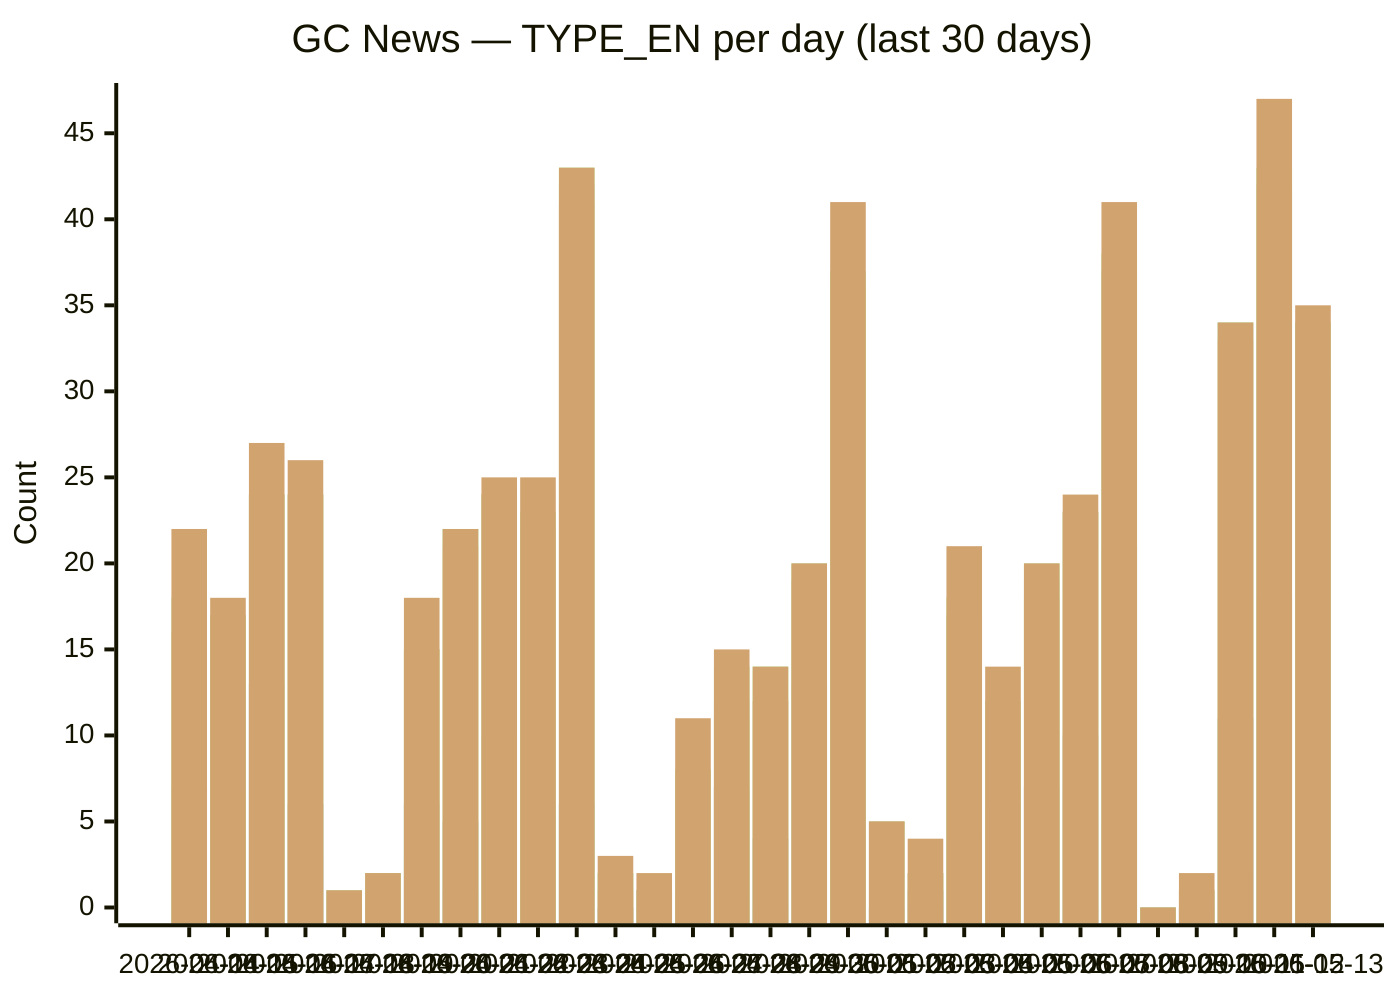
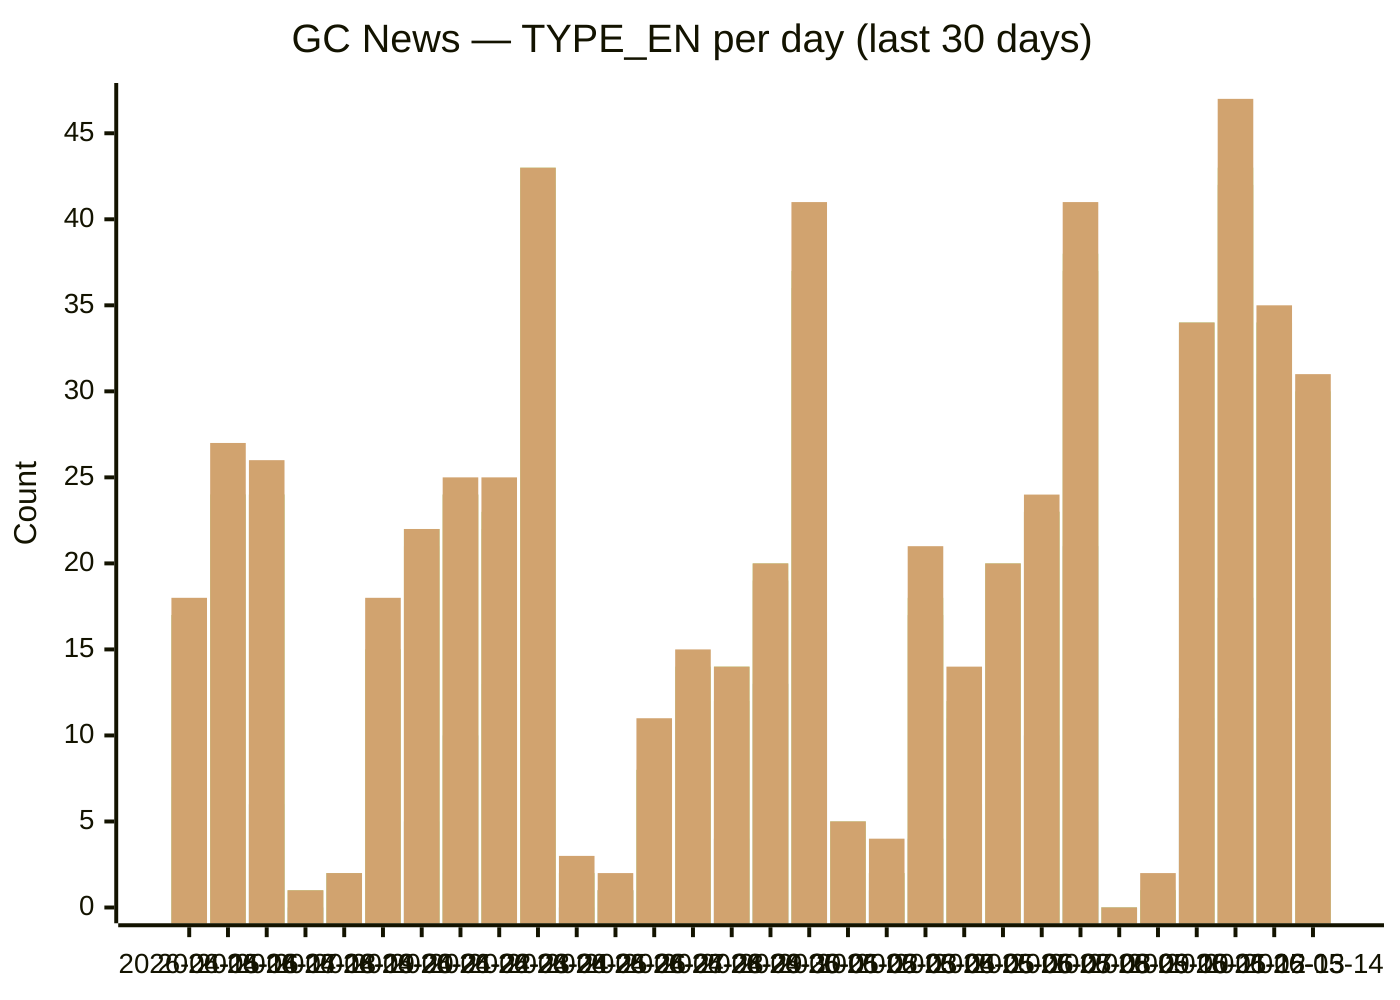
xychart-beta
  title "GC News — TYPE_EN per day (last 30 days)"
-   x-axis [2026-04-14, 2026-04-15, 2026-04-16, 2026-04-17, 2026-04-18, 2026-04-19, 2026-04-20, 2026-04-21, 2026-04-22, 2026-04-23, 2026-04-24, 2026-04-25, 2026-04-26, 2026-04-27, 2026-04-28, 2026-04-29, 2026-04-30, 2026-05-01, 2026-05-02, 2026-05-03, 2026-05-04, 2026-05-05, 2026-05-06, 2026-05-07, 2026-05-08, 2026-05-09, 2026-05-10, 2026-05-11, 2026-05-12, 2026-05-13]
+   x-axis [2026-04-15, 2026-04-16, 2026-04-17, 2026-04-18, 2026-04-19, 2026-04-20, 2026-04-21, 2026-04-22, 2026-04-23, 2026-04-24, 2026-04-25, 2026-04-26, 2026-04-27, 2026-04-28, 2026-04-29, 2026-04-30, 2026-05-01, 2026-05-02, 2026-05-03, 2026-05-04, 2026-05-05, 2026-05-06, 2026-05-07, 2026-05-08, 2026-05-09, 2026-05-10, 2026-05-11, 2026-05-12, 2026-05-13, 2026-05-14]
  y-axis "Count" 0 --> 47
-   bar backgrounders [2, 1, 0, 3, 0, 0, 3, 1, 2, 1, 5, 0, 0, 1, 1, 0, 1, 1, 0, 0, 2, 1, 2, 0, 5, 0, 0, 2, 6, 2]
-   bar "media advisories" [7, 7, 13, 6, 0, 2, 6, 5, 10, 13, 6, 0, 1, 1, 7, 4, 13, 16, 0, 1, 4, 6, 7, 10, 21, 0, 0, 11, 18, 12]
-   bar "news releases" [16, 17, 24, 24, 1, 2, 15, 21, 24, 22, 41, 1, 1, 8, 11, 12, 19, 36, 5, 2, 17, 10, 18, 23, 37, 0, 1, 33, 42, 31]
-   bar readouts [16, 17, 24, 24, 1, 2, 15, 22, 24, 22, 42, 2, 1, 8, 12, 12, 19, 36, 5, 2, 17, 11, 19, 23, 37, 0, 1, 34, 42, 34]
-   bar speeches [18, 17, 24, 24, 1, 2, 15, 22, 24, 23, 43, 2, 1, 8, 14, 14, 20, 37, 5, 2, 18, 12, 20, 23, 38, 0, 1, 34, 43, 34]
-   bar statements [22, 18, 27, 26, 1, 2, 18, 22, 25, 25, 43, 3, 2, 11, 15, 14, 20, 41, 5, 4, 21, 14, 20, 24, 41, 0, 2, 34, 47, 35]
+   bar backgrounders [1, 0, 3, 0, 0, 3, 1, 2, 1, 5, 0, 0, 1, 1, 0, 1, 1, 0, 0, 2, 1, 2, 0, 5, 0, 0, 2, 6, 2, 4]
+   bar "media advisories" [7, 13, 6, 0, 2, 6, 5, 10, 13, 6, 0, 1, 1, 7, 4, 13, 16, 0, 1, 4, 6, 7, 10, 21, 0, 0, 11, 18, 12, 12]
+   bar "news releases" [17, 24, 24, 1, 2, 15, 21, 24, 22, 41, 1, 1, 8, 11, 12, 19, 36, 5, 2, 17, 10, 18, 23, 37, 0, 1, 33, 42, 31, 28]
+   bar readouts [17, 24, 24, 1, 2, 15, 22, 24, 22, 42, 2, 1, 8, 12, 12, 19, 36, 5, 2, 17, 11, 19, 23, 37, 0, 1, 34, 42, 34, 29]
+   bar speeches [17, 24, 24, 1, 2, 15, 22, 24, 23, 43, 2, 1, 8, 14, 14, 20, 37, 5, 2, 18, 12, 20, 23, 38, 0, 1, 34, 43, 34, 30]
+   bar statements [18, 27, 26, 1, 2, 18, 22, 25, 25, 43, 3, 2, 11, 15, 14, 20, 41, 5, 4, 21, 14, 20, 24, 41, 0, 2, 34, 47, 35, 31]
